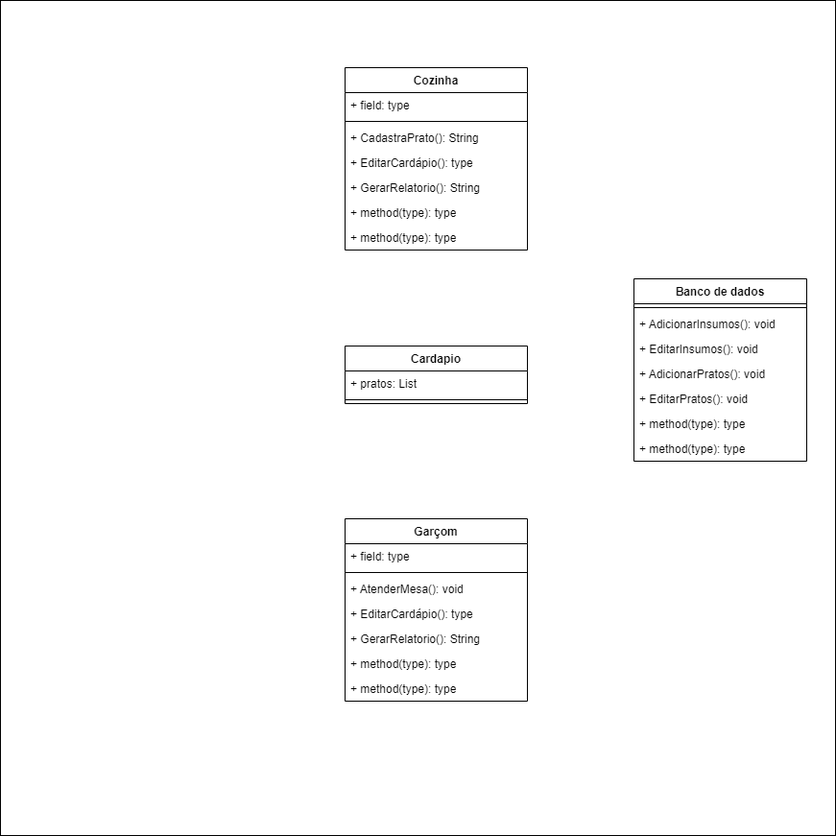
Above: documentos/diagramas/Diagrama_de_Classe.drawio.png in DougzCD/JCRESW1 (draw.io), before the change. Source tidied: cells renumbered, new cells last; positions are measured from the earlier drawing's top-left corner, leaving out a move shared by most shapes.
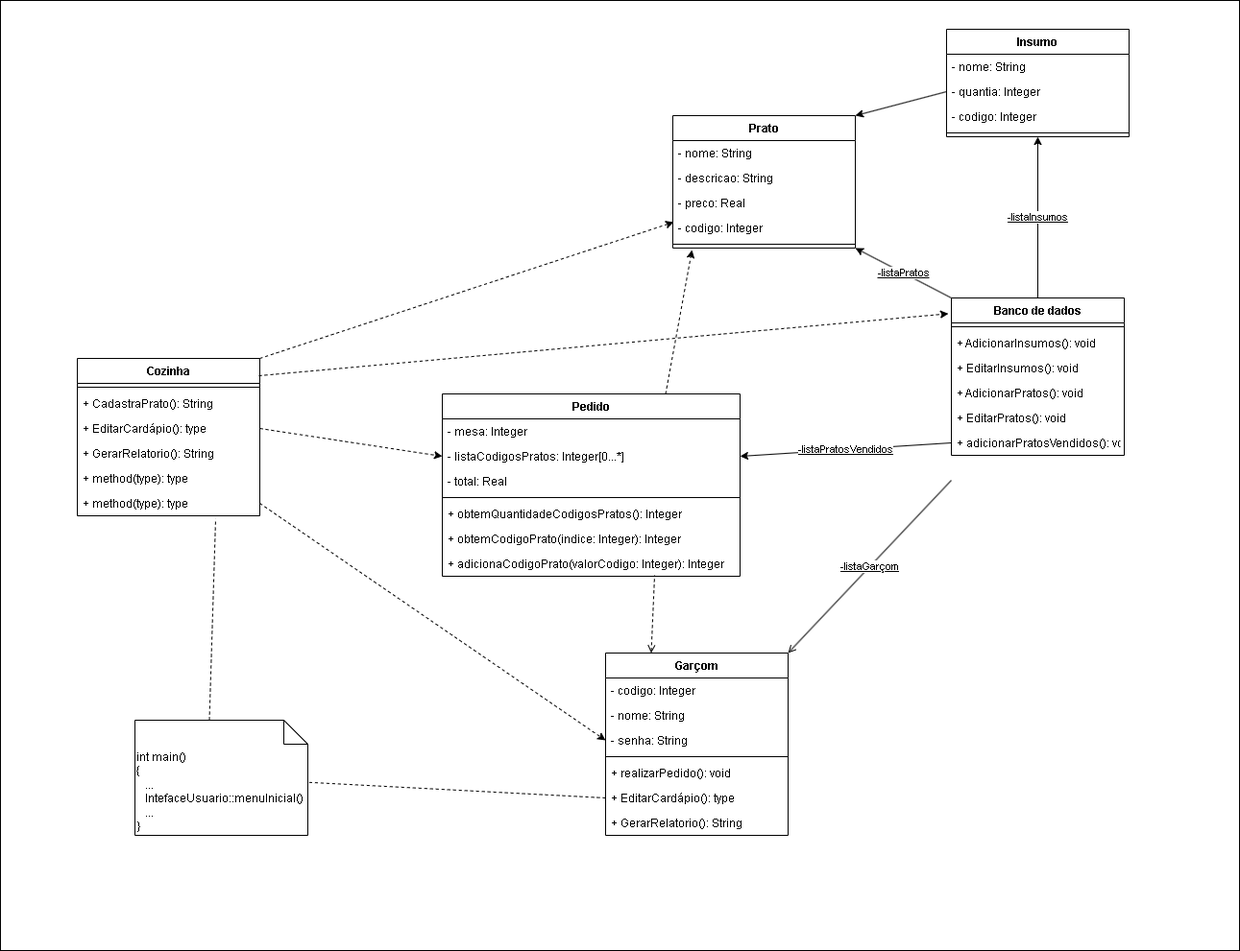
The same diagram one commit later.

Diff of the diagram source:
```diff
@@ -3,10 +3,16 @@
     <mxCell id="0" />
     <mxCell id="1" parent="0" />
     <mxCell id="2" style="rounded=0;whiteSpace=wrap;html=1;" parent="1" vertex="1">
-      <mxGeometry width="870" height="870" as="geometry" />
+      <mxGeometry width="1290" height="990" as="geometry" />
     </mxCell>
+    <mxCell id="30" value="&lt;u&gt;-listaInsumos&lt;/u&gt;" style="edgeStyle=orthogonalEdgeStyle;rounded=0;jettySize=auto;html=1;exitX=0.5;exitY=0;exitDx=0;exitDy=0;entryX=0.5;entryY=1;entryDx=0;entryDy=0;" parent="1" edge="1" source="3" target="43">
+      <mxGeometry relative="1" as="geometry" />
+    </mxCell>
+    <mxCell id="31" value="&lt;u&gt;-listaPratos&lt;/u&gt;" style="rounded=0;jettySize=auto;html=1;exitX=0;exitY=0;exitDx=0;exitDy=0;entryX=1;entryY=1;entryDx=0;entryDy=0;" parent="1" edge="1" source="3" target="48">
+      <mxGeometry relative="1" as="geometry" />
+    </mxCell>
     <mxCell id="3" value="Banco de dados" style="swimlane;fontStyle=1;align=center;verticalAlign=top;horizontal=1;startSize=26;" parent="1" vertex="1">
-      <mxGeometry x="660" y="290" width="180" height="190" as="geometry" />
+      <mxGeometry x="990" y="310" width="180" height="164" as="geometry" />
     </mxCell>
     <mxCell id="4" style="line;strokeWidth=1;fillColor=none;align=left;verticalAlign=middle;spacingTop=-1;spacingLeft=3;spacingRight=3;labelPosition=right;strokeColor=inherit;" parent="3" vertex="1">
       <mxGeometry y="26" width="180" height="8" as="geometry" />
@@ -23,68 +29,150 @@
     <mxCell id="8" value="+ EditarPratos(): void" style="text;strokeColor=none;fillColor=none;align=left;verticalAlign=top;spacingLeft=4;spacingRight=4;overflow=hidden;" parent="3" vertex="1">
       <mxGeometry y="112" width="180" height="26" as="geometry" />
     </mxCell>
-    <mxCell id="9" value="+ method(type): type" style="text;strokeColor=none;fillColor=none;align=left;verticalAlign=top;spacingLeft=4;spacingRight=4;overflow=hidden;points=[[0,0.5],[1,0.5]];portConstraint=eastwest;" parent="3" vertex="1">
+    <mxCell id="9" value="+ adicionarPratosVendidos(): void" style="text;strokeColor=none;fillColor=none;align=left;verticalAlign=top;spacingLeft=4;spacingRight=4;overflow=hidden;points=[[0,0.5],[1,0.5]];portConstraint=eastwest;" parent="3" vertex="1">
       <mxGeometry y="138" width="180" height="26" as="geometry" />
     </mxCell>
-    <mxCell id="10" value="+ method(type): type" style="text;strokeColor=none;fillColor=none;align=left;verticalAlign=top;spacingLeft=4;spacingRight=4;overflow=hidden;" parent="3" vertex="1">
-      <mxGeometry y="164" width="180" height="26" as="geometry" />
-    </mxCell>
     <mxCell id="11" value="Cozinha" style="swimlane;fontStyle=1;align=center;verticalAlign=top;horizontal=1;startSize=26;whiteSpace=wrap;html=1;" parent="1" vertex="1">
-      <mxGeometry x="359" y="70" width="190" height="190" as="geometry" />
+      <mxGeometry x="80" y="373" width="190" height="164" as="geometry" />
     </mxCell>
-    <mxCell id="12" value="+ field: type" style="text;strokeColor=none;fillColor=none;align=left;verticalAlign=top;spacingLeft=4;spacingRight=4;overflow=hidden;whiteSpace=wrap;html=1;" parent="11" vertex="1">
-      <mxGeometry y="26" width="190" height="26" as="geometry" />
-    </mxCell>
     <mxCell id="13" style="line;strokeWidth=1;fillColor=none;align=left;verticalAlign=middle;spacingTop=-1;spacingLeft=3;spacingRight=3;labelPosition=right;strokeColor=inherit;" parent="11" vertex="1">
-      <mxGeometry y="52" width="190" height="8" as="geometry" />
+      <mxGeometry y="26" width="190" height="8" as="geometry" />
     </mxCell>
     <mxCell id="14" value="+ CadastraPrato(): String" style="text;strokeColor=none;fillColor=none;align=left;verticalAlign=top;spacingLeft=4;spacingRight=4;overflow=hidden;whiteSpace=wrap;html=1;" parent="11" vertex="1">
-      <mxGeometry y="60" width="190" height="26" as="geometry" />
+      <mxGeometry y="34" width="190" height="26" as="geometry" />
     </mxCell>
     <mxCell id="15" value="+ EditarCardápio(): type" style="text;strokeColor=none;fillColor=none;align=left;verticalAlign=top;spacingLeft=4;spacingRight=4;overflow=hidden;points=[[0,0.5],[1,0.5]];portConstraint=eastwest;whiteSpace=wrap;html=1;" parent="11" vertex="1">
-      <mxGeometry y="86" width="190" height="26" as="geometry" />
+      <mxGeometry y="60" width="190" height="26" as="geometry" />
     </mxCell>
     <mxCell id="16" value="+ GerarRelatorio(): String" style="text;strokeColor=none;fillColor=none;align=left;verticalAlign=top;spacingLeft=4;spacingRight=4;overflow=hidden;whiteSpace=wrap;html=1;" parent="11" vertex="1">
-      <mxGeometry y="112" width="190" height="26" as="geometry" />
+      <mxGeometry y="86" width="190" height="26" as="geometry" />
     </mxCell>
     <mxCell id="17" value="+ method(type): type" style="text;strokeColor=none;fillColor=none;align=left;verticalAlign=top;spacingLeft=4;spacingRight=4;overflow=hidden;whiteSpace=wrap;html=1;" parent="11" vertex="1">
-      <mxGeometry y="138" width="190" height="26" as="geometry" />
+      <mxGeometry y="112" width="190" height="26" as="geometry" />
     </mxCell>
     <mxCell id="18" value="+ method(type): type" style="text;strokeColor=none;fillColor=none;align=left;verticalAlign=top;spacingLeft=4;spacingRight=4;overflow=hidden;points=[[0,0.5],[1,0.5]];portConstraint=eastwest;whiteSpace=wrap;html=1;" parent="11" vertex="1">
-      <mxGeometry y="164" width="190" height="26" as="geometry" />
+      <mxGeometry y="138" width="190" height="26" as="geometry" />
     </mxCell>
     <mxCell id="19" value="Garçom" style="swimlane;fontStyle=1;align=center;verticalAlign=top;horizontal=1;startSize=26;whiteSpace=wrap;html=1;" parent="1" vertex="1">
-      <mxGeometry x="359" y="540" width="190" height="190" as="geometry" />
+      <mxGeometry x="630" y="680" width="190" height="190" as="geometry" />
     </mxCell>
-    <mxCell id="20" value="+ field: type" style="text;strokeColor=none;fillColor=none;align=left;verticalAlign=top;spacingLeft=4;spacingRight=4;overflow=hidden;whiteSpace=wrap;html=1;" parent="19" vertex="1">
+    <mxCell id="20" value="- codigo: Integer" style="text;strokeColor=none;fillColor=none;align=left;verticalAlign=top;spacingLeft=4;spacingRight=4;overflow=hidden;whiteSpace=wrap;html=1;" parent="19" vertex="1">
       <mxGeometry y="26" width="190" height="26" as="geometry" />
     </mxCell>
+    <mxCell id="32" value="- nome: String" style="text;strokeColor=none;fillColor=none;align=left;verticalAlign=top;spacingLeft=4;spacingRight=4;overflow=hidden;whiteSpace=wrap;html=1;" parent="19" vertex="1">
+      <mxGeometry y="52" width="190" height="26" as="geometry" />
+    </mxCell>
+    <mxCell id="33" value="- senha: String" style="text;strokeColor=none;fillColor=none;align=left;verticalAlign=top;spacingLeft=4;spacingRight=4;overflow=hidden;points=[[0,0.5],[1,0.5]];portConstraint=eastwest;whiteSpace=wrap;html=1;" parent="19" vertex="1">
+      <mxGeometry y="78" width="190" height="26" as="geometry" />
+    </mxCell>
     <mxCell id="21" style="line;strokeWidth=1;fillColor=none;align=left;verticalAlign=middle;spacingTop=-1;spacingLeft=3;spacingRight=3;labelPosition=right;strokeColor=inherit;" parent="19" vertex="1">
-      <mxGeometry y="52" width="190" height="8" as="geometry" />
+      <mxGeometry y="104" width="190" height="8" as="geometry" />
     </mxCell>
-    <mxCell id="22" value="+ AtenderMesa(): void" style="text;strokeColor=none;fillColor=none;align=left;verticalAlign=top;spacingLeft=4;spacingRight=4;overflow=hidden;whiteSpace=wrap;html=1;" parent="19" vertex="1">
-      <mxGeometry y="60" width="190" height="26" as="geometry" />
+    <mxCell id="22" value="+ realizarPedido(): void" style="text;strokeColor=none;fillColor=none;align=left;verticalAlign=top;spacingLeft=4;spacingRight=4;overflow=hidden;whiteSpace=wrap;html=1;" parent="19" vertex="1">
+      <mxGeometry y="112" width="190" height="26" as="geometry" />
     </mxCell>
     <mxCell id="23" value="+ EditarCardápio(): type" style="text;strokeColor=none;fillColor=none;align=left;verticalAlign=top;spacingLeft=4;spacingRight=4;overflow=hidden;points=[[0,0.5],[1,0.5]];portConstraint=eastwest;whiteSpace=wrap;html=1;" parent="19" vertex="1">
-      <mxGeometry y="86" width="190" height="26" as="geometry" />
+      <mxGeometry y="138" width="190" height="26" as="geometry" />
     </mxCell>
     <mxCell id="24" value="+ GerarRelatorio(): String" style="text;strokeColor=none;fillColor=none;align=left;verticalAlign=top;spacingLeft=4;spacingRight=4;overflow=hidden;whiteSpace=wrap;html=1;" parent="19" vertex="1">
-      <mxGeometry y="112" width="190" height="26" as="geometry" />
+      <mxGeometry y="164" width="190" height="26" as="geometry" />
     </mxCell>
-    <mxCell id="25" value="+ method(type): type" style="text;strokeColor=none;fillColor=none;align=left;verticalAlign=top;spacingLeft=4;spacingRight=4;overflow=hidden;whiteSpace=wrap;html=1;" parent="19" vertex="1">
-      <mxGeometry y="138" width="190" height="26" as="geometry" />
-    </mxCell>
-    <mxCell id="26" value="+ method(type): type" style="text;strokeColor=none;fillColor=none;align=left;verticalAlign=top;spacingLeft=4;spacingRight=4;overflow=hidden;whiteSpace=wrap;html=1;" parent="19" vertex="1">
-      <mxGeometry y="164" width="190" height="26" as="geometry" />
-    </mxCell>
-    <mxCell id="27" value="Cardapio" style="swimlane;fontStyle=1;align=center;verticalAlign=top;horizontal=1;startSize=26;whiteSpace=wrap;html=1;" parent="1" vertex="1">
-      <mxGeometry x="359" y="360" width="190" height="60" as="geometry" />
-    </mxCell>
-    <mxCell id="28" value="+ pratos: List" style="text;strokeColor=none;fillColor=none;align=left;verticalAlign=top;spacingLeft=4;spacingRight=4;overflow=hidden;whiteSpace=wrap;html=1;" parent="27" vertex="1">
-      <mxGeometry y="26" width="190" height="26" as="geometry" />
-    </mxCell>
-    <mxCell id="29" style="line;strokeWidth=1;fillColor=none;align=left;verticalAlign=middle;spacingTop=-1;spacingLeft=3;spacingRight=3;labelPosition=right;strokeColor=inherit;" parent="27" vertex="1">
-      <mxGeometry y="52" width="190" height="8" as="geometry" />
-    </mxCell>
+    <mxCell id="34" style="rounded=0;jettySize=auto;html=1;exitX=0.75;exitY=0;exitDx=0;exitDy=0;dashed=1;" parent="1" edge="1" source="35">
+      <mxGeometry relative="1" as="geometry">
+        <mxPoint x="720" y="260" as="targetPoint" />
+      </mxGeometry>
+    </mxCell>
+    <mxCell id="35" value="Pedido" style="swimlane;fontStyle=1;align=center;verticalAlign=top;horizontal=1;startSize=26;whiteSpace=wrap;html=1;" parent="1" vertex="1">
+      <mxGeometry x="460" y="410" width="310" height="190" as="geometry" />
+    </mxCell>
+    <mxCell id="36" value="- mesa: Integer" style="text;strokeColor=none;fillColor=none;align=left;verticalAlign=top;spacingLeft=4;spacingRight=4;overflow=hidden;whiteSpace=wrap;html=1;" parent="35" vertex="1">
+      <mxGeometry y="26" width="310" height="26" as="geometry" />
+    </mxCell>
+    <mxCell id="37" value="- listaCodigosPratos: Integer[0...*]" style="text;strokeColor=none;fillColor=none;align=left;verticalAlign=top;spacingLeft=4;spacingRight=4;overflow=hidden;points=[[0,0.5],[1,0.5]];portConstraint=eastwest;whiteSpace=wrap;html=1;" parent="35" vertex="1">
+      <mxGeometry y="52" width="310" height="26" as="geometry" />
+    </mxCell>
+    <mxCell id="38" value="- total: Real" style="text;strokeColor=none;fillColor=none;align=left;verticalAlign=top;spacingLeft=4;spacingRight=4;overflow=hidden;whiteSpace=wrap;html=1;" parent="35" vertex="1">
+      <mxGeometry y="78" width="310" height="26" as="geometry" />
+    </mxCell>
+    <mxCell id="39" style="line;strokeWidth=1;fillColor=none;align=left;verticalAlign=middle;spacingTop=-1;spacingLeft=3;spacingRight=3;labelPosition=right;strokeColor=inherit;" parent="35" vertex="1">
+      <mxGeometry y="104" width="310" height="8" as="geometry" />
+    </mxCell>
+    <mxCell id="40" value="+ obtemQuantidadeCodigosPratos(): Integer" style="text;strokeColor=none;fillColor=none;align=left;verticalAlign=top;spacingLeft=4;spacingRight=4;overflow=hidden;whiteSpace=wrap;html=1;" parent="35" vertex="1">
+      <mxGeometry y="112" width="310" height="26" as="geometry" />
+    </mxCell>
+    <mxCell id="41" value="+ obtemCodigoPrato(indice: Integer): Integer" style="text;strokeColor=none;fillColor=none;align=left;verticalAlign=top;spacingLeft=4;spacingRight=4;overflow=hidden;whiteSpace=wrap;html=1;" parent="35" vertex="1">
+      <mxGeometry y="138" width="310" height="26" as="geometry" />
+    </mxCell>
+    <mxCell id="42" value="+ adicionaCodigoPrato(valorCodigo: Integer): Integer" style="text;strokeColor=none;fillColor=none;align=left;verticalAlign=top;spacingLeft=4;spacingRight=4;overflow=hidden;points=[[0,0.5],[1,0.5]];portConstraint=eastwest;whiteSpace=wrap;html=1;" parent="35" vertex="1">
+      <mxGeometry y="164" width="310" height="26" as="geometry" />
+    </mxCell>
+    <mxCell id="43" value="Insumo" style="swimlane;fontStyle=1;align=center;verticalAlign=top;horizontal=1;startSize=26;whiteSpace=wrap;html=1;" parent="1" vertex="1">
+      <mxGeometry x="985" y="30" width="190" height="112" as="geometry" />
+    </mxCell>
+    <mxCell id="44" value="- nome: String" style="text;strokeColor=none;fillColor=none;align=left;verticalAlign=top;spacingLeft=4;spacingRight=4;overflow=hidden;whiteSpace=wrap;html=1;" parent="43" vertex="1">
+      <mxGeometry y="26" width="190" height="26" as="geometry" />
+    </mxCell>
+    <mxCell id="45" value="- quantia: Integer" style="text;strokeColor=none;fillColor=none;align=left;verticalAlign=top;spacingLeft=4;spacingRight=4;overflow=hidden;points=[[0,0.5],[1,0.5]];portConstraint=eastwest;whiteSpace=wrap;html=1;" parent="43" vertex="1">
+      <mxGeometry y="52" width="190" height="26" as="geometry" />
+    </mxCell>
+    <mxCell id="46" value="- codigo: Integer" style="text;strokeColor=none;fillColor=none;align=left;verticalAlign=top;spacingLeft=4;spacingRight=4;overflow=hidden;whiteSpace=wrap;html=1;" parent="43" vertex="1">
+      <mxGeometry y="78" width="190" height="26" as="geometry" />
+    </mxCell>
+    <mxCell id="47" style="line;strokeWidth=1;fillColor=none;align=left;verticalAlign=middle;spacingTop=-1;spacingLeft=3;spacingRight=3;labelPosition=right;strokeColor=inherit;" parent="43" vertex="1">
+      <mxGeometry y="104" width="190" height="8" as="geometry" />
+    </mxCell>
+    <mxCell id="48" value="Prato" style="swimlane;fontStyle=1;align=center;verticalAlign=top;horizontal=1;startSize=26;whiteSpace=wrap;html=1;" parent="1" vertex="1">
+      <mxGeometry x="700" y="120" width="190" height="138" as="geometry" />
+    </mxCell>
+    <mxCell id="49" value="- nome: String" style="text;strokeColor=none;fillColor=none;align=left;verticalAlign=top;spacingLeft=4;spacingRight=4;overflow=hidden;whiteSpace=wrap;html=1;" parent="48" vertex="1">
+      <mxGeometry y="26" width="190" height="26" as="geometry" />
+    </mxCell>
+    <mxCell id="50" value="- descricao: String" style="text;strokeColor=none;fillColor=none;align=left;verticalAlign=top;spacingLeft=4;spacingRight=4;overflow=hidden;whiteSpace=wrap;html=1;" parent="48" vertex="1">
+      <mxGeometry y="52" width="190" height="26" as="geometry" />
+    </mxCell>
+    <mxCell id="51" value="- preco: Real" style="text;strokeColor=none;fillColor=none;align=left;verticalAlign=top;spacingLeft=4;spacingRight=4;overflow=hidden;whiteSpace=wrap;html=1;" parent="48" vertex="1">
+      <mxGeometry y="78" width="190" height="26" as="geometry" />
+    </mxCell>
+    <mxCell id="52" value="- codigo: Integer" style="text;strokeColor=none;fillColor=none;align=left;verticalAlign=top;spacingLeft=4;spacingRight=4;overflow=hidden;points=[[0,0.5],[1,0.5]];portConstraint=eastwest;whiteSpace=wrap;html=1;" parent="48" vertex="1">
+      <mxGeometry y="104" width="190" height="26" as="geometry" />
+    </mxCell>
+    <mxCell id="53" style="line;strokeWidth=1;fillColor=none;align=left;verticalAlign=middle;spacingTop=-1;spacingLeft=3;spacingRight=3;labelPosition=right;strokeColor=inherit;" parent="48" vertex="1">
+      <mxGeometry y="130" width="190" height="8" as="geometry" />
+    </mxCell>
+    <mxCell id="54" value="&lt;u&gt;-listaPratosVendidos&lt;/u&gt;" style="rounded=0;jettySize=auto;html=1;exitX=0;exitY=0.5;exitDx=0;exitDy=0;entryX=1;entryY=0.5;entryDx=0;entryDy=0;" parent="1" edge="1" source="9" target="37">
+      <mxGeometry relative="1" as="geometry" />
+    </mxCell>
+    <mxCell id="55" value="&lt;u&gt;-listaGarçom&lt;/u&gt;" style="rounded=0;jettySize=auto;html=1;exitX=1;exitY=0;exitDx=0;exitDy=0;entryX=0;entryY=1;entryDx=0;entryDy=0;entryPerimeter=0;startArrow=open;startFill=0;endArrow=none;endFill=0;" parent="1" edge="1" source="19">
+      <mxGeometry relative="1" as="geometry">
+        <mxPoint x="990" y="500" as="targetPoint" />
+      </mxGeometry>
+    </mxCell>
+    <mxCell id="56" style="rounded=0;jettySize=auto;html=1;exitX=0.25;exitY=0;exitDx=0;exitDy=0;entryX=0.713;entryY=0.962;entryDx=0;entryDy=0;entryPerimeter=0;dashed=1;endArrow=none;endFill=0;startArrow=open;startFill=0;" parent="1" edge="1" source="19" target="42">
+      <mxGeometry relative="1" as="geometry" />
+    </mxCell>
+    <mxCell id="57" style="rounded=0;jettySize=auto;html=1;exitX=0.995;exitY=0.11;exitDx=0;exitDy=0;entryX=-0.017;entryY=0.1;entryDx=0;entryDy=0;entryPerimeter=0;dashed=1;exitPerimeter=0;" parent="1" edge="1" source="11" target="3">
+      <mxGeometry relative="1" as="geometry" />
+    </mxCell>
+    <mxCell id="58" style="rounded=0;jettySize=auto;html=1;exitX=1;exitY=0;exitDx=0;exitDy=0;entryX=0.005;entryY=0.269;entryDx=0;entryDy=0;entryPerimeter=0;dashed=1;" parent="1" edge="1" source="11" target="52">
+      <mxGeometry relative="1" as="geometry" />
+    </mxCell>
+    <mxCell id="59" style="rounded=0;jettySize=auto;html=1;exitX=1;exitY=0.5;exitDx=0;exitDy=0;entryX=0;entryY=0.5;entryDx=0;entryDy=0;dashed=1;" parent="1" edge="1" source="18" target="33">
+      <mxGeometry relative="1" as="geometry" />
+    </mxCell>
+    <mxCell id="60" style="rounded=0;jettySize=auto;html=1;exitX=1;exitY=0.5;exitDx=0;exitDy=0;entryX=0;entryY=0.5;entryDx=0;entryDy=0;dashed=1;" parent="1" edge="1" source="15" target="37">
+      <mxGeometry relative="1" as="geometry" />
+    </mxCell>
+    <mxCell id="61" style="rounded=0;jettySize=auto;html=1;exitX=0;exitY=0.5;exitDx=0;exitDy=0;entryX=1;entryY=0;entryDx=0;entryDy=0;" parent="1" edge="1" source="45" target="48">
+      <mxGeometry relative="1" as="geometry" />
+    </mxCell>
+    <mxCell id="62" value="int main()&lt;div&gt;{&lt;/div&gt;&lt;div&gt;&amp;nbsp; &amp;nbsp;...&lt;/div&gt;&lt;div&gt;&amp;nbsp; &amp;nbsp;IntefaceUsuario::menuInicial()&lt;/div&gt;&lt;div&gt;&amp;nbsp; &amp;nbsp;...&lt;/div&gt;&lt;div&gt;}&lt;/div&gt;" style="shape=note2;boundedLbl=1;whiteSpace=wrap;html=1;size=25;verticalAlign=top;align=left;" parent="1" vertex="1">
+      <mxGeometry x="140" y="750" width="180" height="120" as="geometry" />
+    </mxCell>
+    <mxCell id="63" style="rounded=0;jettySize=auto;html=1;exitX=0;exitY=0.5;exitDx=0;exitDy=0;dashed=1;endArrow=none;endFill=0;" parent="1" edge="1" source="23" target="62">
+      <mxGeometry relative="1" as="geometry" />
+    </mxCell>
+    <mxCell id="64" style="rounded=0;jettySize=auto;html=1;exitX=0;exitY=0;exitDx=77.5;exitDy=0;exitPerimeter=0;entryX=0.758;entryY=1.115;entryDx=0;entryDy=0;entryPerimeter=0;endArrow=none;endFill=0;dashed=1;" parent="1" edge="1" source="62" target="18">
+      <mxGeometry relative="1" as="geometry" />
+    </mxCell>
   </root>
 </mxGraphModel>
```
